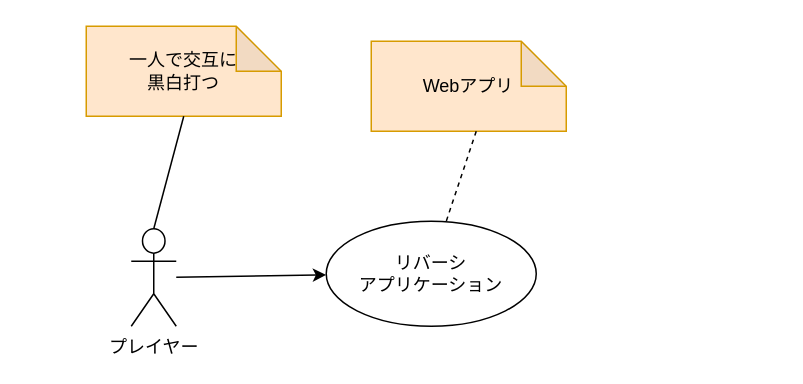
The draw.io diagram docs/context-diagram.drawio in IkUmO1118/reversi-app, before the edit. Source tidied: cells renumbered, new cells numbered last; positions are measured from the earlier drawing's top-left corner, leaving out a move shared by most shapes. Both pictures are drawn from the tidied source at 150%, with x=0, y=0 at pixel (86, 26).
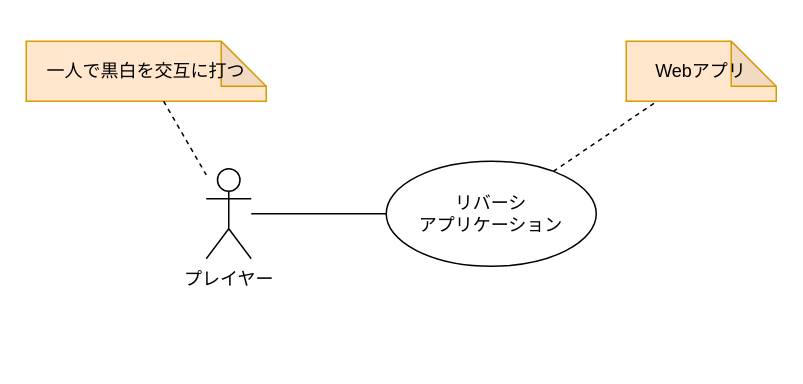
Above is the later version.

Change to the diagram source:
```diff
@@
 <mxGraphModel>
   <root>
     <mxCell id="0" />
     <mxCell id="1" parent="0" />
     <mxCell id="2" value="リバーシ&lt;br&gt;アプリケーション" style="ellipse;whiteSpace=wrap;html=1;" parent="1" vertex="1">
-      <mxGeometry x="160" y="130" width="140" height="70" as="geometry" />
+      <mxGeometry x="200" y="90" width="140" height="70" as="geometry" />
     </mxCell>
+    <mxCell id="4" value="プレイヤー" style="shape=umlActor;verticalLabelPosition=bottom;verticalAlign=top;html=1;" parent="1" vertex="1">
+      <mxGeometry x="80" y="95" width="30" height="60" as="geometry" />
+    </mxCell>
-    <mxCell id="3" style="edgeStyle=none;html=1;" parent="1" edge="1" source="4" target="2">
+    <mxCell id="3" style="endArrow=none;html=1;" parent="1" edge="1" source="4" target="2">
       <mxGeometry relative="1" as="geometry" />
     </mxCell>
-    <mxCell id="4" value="プレイヤー" style="shape=umlActor;verticalLabelPosition=bottom;verticalAlign=top;html=1;" parent="1" vertex="1">
-      <mxGeometry x="30" y="135" width="30" height="65" as="geometry" />
-    </mxCell>
-    <mxCell id="5" value="一人で交互に&lt;br&gt;黒白打つ" style="shape=note;whiteSpace=wrap;html=1;backgroundOutline=1;darkOpacity=0.05;fillColor=#ffe6cc;strokeColor=#d79b00;" parent="1" vertex="1">
-      <mxGeometry width="130" height="60" as="geometry" />
-    </mxCell>
     <mxCell id="6" value="Webアプリ" style="shape=note;whiteSpace=wrap;html=1;backgroundOutline=1;darkOpacity=0.05;fillColor=#ffe6cc;strokeColor=#d79b00;" parent="1" vertex="1">
-      <mxGeometry x="190" y="10" width="130" height="60" as="geometry" />
+      <mxGeometry x="360" y="10" width="100" height="40" as="geometry" />
     </mxCell>
-    <mxCell id="7" style="endArrow=none;dashed=1;html=1;exitX=0.436;exitY=0.978;exitDx=0;exitDy=0;exitPerimeter=0;" parent="1" edge="1">
-      <mxGeometry relative="1" as="geometry">
-        <mxPoint x="260" y="70" as="sourcePoint" />
-        <mxPoint x="240" y="130" as="targetPoint" />
-      </mxGeometry>
+    <mxCell id="7" style="endArrow=none;dashed=1;html=1;" parent="1" edge="1" source="2" target="6">
+      <mxGeometry relative="1" as="geometry" />
     </mxCell>
-    <mxCell id="8" style="endArrow=none;html=1;entryX=0.5;entryY=1;entryDx=0;entryDy=0;entryPerimeter=0;exitX=0.5;exitY=0;exitDx=0;exitDy=0;exitPerimeter=0;" parent="1" edge="1" source="4" target="5">
-      <mxGeometry relative="1" as="geometry" />
+    <mxCell id="8" value="一人で黒白を交互に打つ" style="shape=note;whiteSpace=wrap;html=1;backgroundOutline=1;darkOpacity=0.05;fillColor=#ffe6cc;strokeColor=#d79b00;" parent="1" vertex="1">
+      <mxGeometry x="-40" y="10" width="160" height="40" as="geometry" />
     </mxCell>
+    <mxCell id="9" style="endArrow=none;dashed=1;html=1;" parent="1" edge="1" source="8" target="4">
+      <mxGeometry relative="1" as="geometry" />
+    </mxCell>
   </root>
 </mxGraphModel>
```
